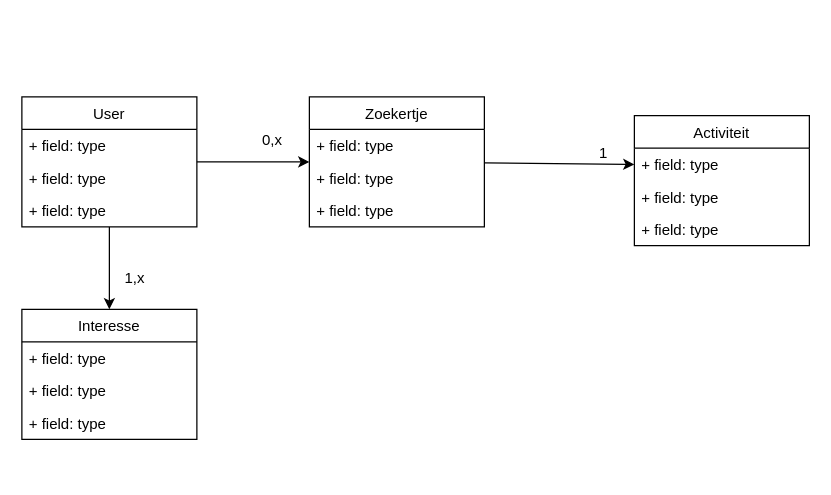
UCLL-Full-stack/project2425-group6-15 keeps this draw.io diagram as analysis/domainmodel.drawio. Above is the earlier version. Source tidied: cells renumbered, new cells numbered last; positions are measured from the earlier drawing's top-left corner, leaving out a move shared by most shapes. Both pictures are drawn from the tidied source at 125%, with x=0, y=0 at pixel (21, 96).
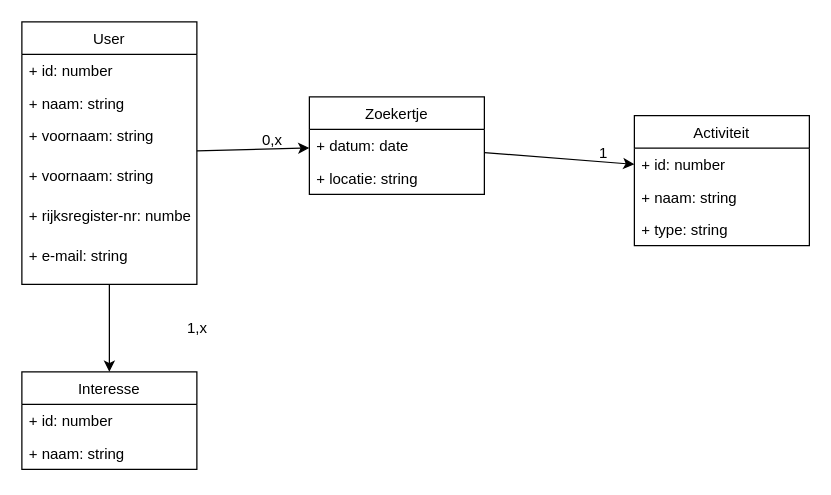
Above is the later version.

Commit message (it also covers changes not shown here):
domeinmodel + user model

The change refers to these unchanged cells:
```xml
<mxCell id="17" value="Activiteit" style="swimlane;fontStyle=0;horizontal=1;startSize=26;fillColor=none;" parent="1" vertex="1">
  <mxGeometry x="490" y="15" width="140" height="104" as="geometry" />
</mxCell>
```

Diff of the diagram source:
```diff
@@
     <mxCell id="3" value="Zoekertje" style="swimlane;fontStyle=0;horizontal=1;startSize=26;fillColor=none;" parent="1" vertex="1">
-      <mxGeometry x="230" width="140" height="104" as="geometry" />
+      <mxGeometry x="230" width="140" height="78" as="geometry" />
     </mxCell>
-    <mxCell id="4" value="+ field: type" style="text;strokeColor=none;fillColor=none;align=left;verticalAlign=top;spacingLeft=4;spacingRight=4;overflow=hidden;" parent="3" vertex="1">
+    <mxCell id="4" value="+ datum: date" style="text;strokeColor=none;fillColor=none;align=left;verticalAlign=top;spacingLeft=4;spacingRight=4;overflow=hidden;" parent="3" vertex="1">
       <mxGeometry y="26" width="140" height="26" as="geometry" />
     </mxCell>
-    <mxCell id="5" value="+ field: type" style="text;strokeColor=none;fillColor=none;align=left;verticalAlign=top;spacingLeft=4;spacingRight=4;overflow=hidden;" parent="3" vertex="1">
+    <mxCell id="5" value="+ locatie: string" style="text;strokeColor=none;fillColor=none;align=left;verticalAlign=top;spacingLeft=4;spacingRight=4;overflow=hidden;" parent="3" vertex="1">
       <mxGeometry y="52" width="140" height="26" as="geometry" />
     </mxCell>
-    <mxCell id="6" value="+ field: type" style="text;strokeColor=none;fillColor=none;align=left;verticalAlign=top;spacingLeft=4;spacingRight=4;overflow=hidden;" parent="3" vertex="1">
-      <mxGeometry y="78" width="140" height="26" as="geometry" />
-    </mxCell>
     <mxCell id="7" value="Interesse" style="swimlane;fontStyle=0;horizontal=1;startSize=26;fillColor=none;" parent="1" vertex="1">
-      <mxGeometry y="170" width="140" height="104" as="geometry" />
+      <mxGeometry y="220" width="140" height="78" as="geometry" />
     </mxCell>
-    <mxCell id="8" value="+ field: type" style="text;strokeColor=none;fillColor=none;align=left;verticalAlign=top;spacingLeft=4;spacingRight=4;overflow=hidden;" parent="7" vertex="1">
+    <mxCell id="8" value="+ id: number" style="text;strokeColor=none;fillColor=none;align=left;verticalAlign=top;spacingLeft=4;spacingRight=4;overflow=hidden;" parent="7" vertex="1">
       <mxGeometry y="26" width="140" height="26" as="geometry" />
     </mxCell>
-    <mxCell id="9" value="+ field: type" style="text;strokeColor=none;fillColor=none;align=left;verticalAlign=top;spacingLeft=4;spacingRight=4;overflow=hidden;" parent="7" vertex="1">
+    <mxCell id="9" value="+ naam: string" style="text;strokeColor=none;fillColor=none;align=left;verticalAlign=top;spacingLeft=4;spacingRight=4;overflow=hidden;" parent="7" vertex="1">
       <mxGeometry y="52" width="140" height="26" as="geometry" />
     </mxCell>
-    <mxCell id="10" value="+ field: type" style="text;strokeColor=none;fillColor=none;align=left;verticalAlign=top;spacingLeft=4;spacingRight=4;overflow=hidden;" parent="7" vertex="1">
-      <mxGeometry y="78" width="140" height="26" as="geometry" />
-    </mxCell>
@@
     <mxCell id="13" value="User" style="swimlane;fontStyle=0;horizontal=1;startSize=26;fillColor=none;" parent="1" vertex="1">
-      <mxGeometry width="140" height="104" as="geometry" />
+      <mxGeometry y="-60" width="140" height="210" as="geometry" />
     </mxCell>
-    <mxCell id="14" value="+ field: type" style="text;strokeColor=none;fillColor=none;align=left;verticalAlign=top;spacingLeft=4;spacingRight=4;overflow=hidden;" parent="13" vertex="1">
+    <mxCell id="14" value="+ id: number" style="text;strokeColor=none;fillColor=none;align=left;verticalAlign=top;spacingLeft=4;spacingRight=4;overflow=hidden;" parent="13" vertex="1">
       <mxGeometry y="26" width="140" height="26" as="geometry" />
     </mxCell>
-    <mxCell id="15" value="+ field: type" style="text;strokeColor=none;fillColor=none;align=left;verticalAlign=top;spacingLeft=4;spacingRight=4;overflow=hidden;" parent="13" vertex="1">
+    <mxCell id="15" value="+ naam: string" style="text;strokeColor=none;fillColor=none;align=left;verticalAlign=top;spacingLeft=4;spacingRight=4;overflow=hidden;" parent="13" vertex="1">
       <mxGeometry y="52" width="140" height="26" as="geometry" />
     </mxCell>
+    <mxCell id="24" value="+ voornaam: string&#10;&#10;" style="text;strokeColor=none;fillColor=none;align=left;verticalAlign=top;spacingLeft=4;spacingRight=4;overflow=hidden;" parent="13" vertex="1">
+      <mxGeometry y="78" width="140" height="32" as="geometry" />
+    </mxCell>
+    <mxCell id="25" value="+ voornaam: string&#10;&#10;" style="text;strokeColor=none;fillColor=none;align=left;verticalAlign=top;spacingLeft=4;spacingRight=4;overflow=hidden;" parent="13" vertex="1">
+      <mxGeometry y="110" width="140" height="32" as="geometry" />
+    </mxCell>
+    <mxCell id="26" value="+ rijksregister-nr: number&#10;&#10;" style="text;strokeColor=none;fillColor=none;align=left;verticalAlign=top;spacingLeft=4;spacingRight=4;overflow=hidden;" parent="13" vertex="1">
+      <mxGeometry y="142" width="140" height="32" as="geometry" />
+    </mxCell>
-    <mxCell id="16" value="+ field: type" style="text;strokeColor=none;fillColor=none;align=left;verticalAlign=top;spacingLeft=4;spacingRight=4;overflow=hidden;" parent="13" vertex="1">
-      <mxGeometry y="78" width="140" height="26" as="geometry" />
+    <mxCell id="16" value="+ e-mail: string&#10;&#10;" style="text;strokeColor=none;fillColor=none;align=left;verticalAlign=top;spacingLeft=4;spacingRight=4;overflow=hidden;" parent="13" vertex="1">
+      <mxGeometry y="174" width="140" height="36" as="geometry" />
     </mxCell>
@@
-    <mxCell id="18" value="+ field: type" style="text;strokeColor=none;fillColor=none;align=left;verticalAlign=top;spacingLeft=4;spacingRight=4;overflow=hidden;points=[[0,0.5],[1,0.5]];portConstraint=eastwest;" parent="17" vertex="1">
+    <mxCell id="18" value="+ id: number" style="text;strokeColor=none;fillColor=none;align=left;verticalAlign=top;spacingLeft=4;spacingRight=4;overflow=hidden;points=[[0,0.5],[1,0.5]];portConstraint=eastwest;" parent="17" vertex="1">
       <mxGeometry y="26" width="140" height="26" as="geometry" />
     </mxCell>
-    <mxCell id="19" value="+ field: type" style="text;strokeColor=none;fillColor=none;align=left;verticalAlign=top;spacingLeft=4;spacingRight=4;overflow=hidden;" parent="17" vertex="1">
+    <mxCell id="19" value="+ naam: string" style="text;strokeColor=none;fillColor=none;align=left;verticalAlign=top;spacingLeft=4;spacingRight=4;overflow=hidden;" parent="17" vertex="1">
       <mxGeometry y="52" width="140" height="26" as="geometry" />
     </mxCell>
-    <mxCell id="20" value="+ field: type" style="text;strokeColor=none;fillColor=none;align=left;verticalAlign=top;spacingLeft=4;spacingRight=4;overflow=hidden;" parent="17" vertex="1">
+    <mxCell id="20" value="+ type: string" style="text;strokeColor=none;fillColor=none;align=left;verticalAlign=top;spacingLeft=4;spacingRight=4;overflow=hidden;" parent="17" vertex="1">
       <mxGeometry y="78" width="140" height="26" as="geometry" />
     </mxCell>
     <mxCell id="21" value="1,x" style="text;html=1;align=center;verticalAlign=middle;strokeColor=none;fillColor=none;" parent="1" vertex="1">
-      <mxGeometry x="70" y="130" width="40" height="30" as="geometry" />
+      <mxGeometry x="120" y="170" width="40" height="30" as="geometry" />
     </mxCell>
```
